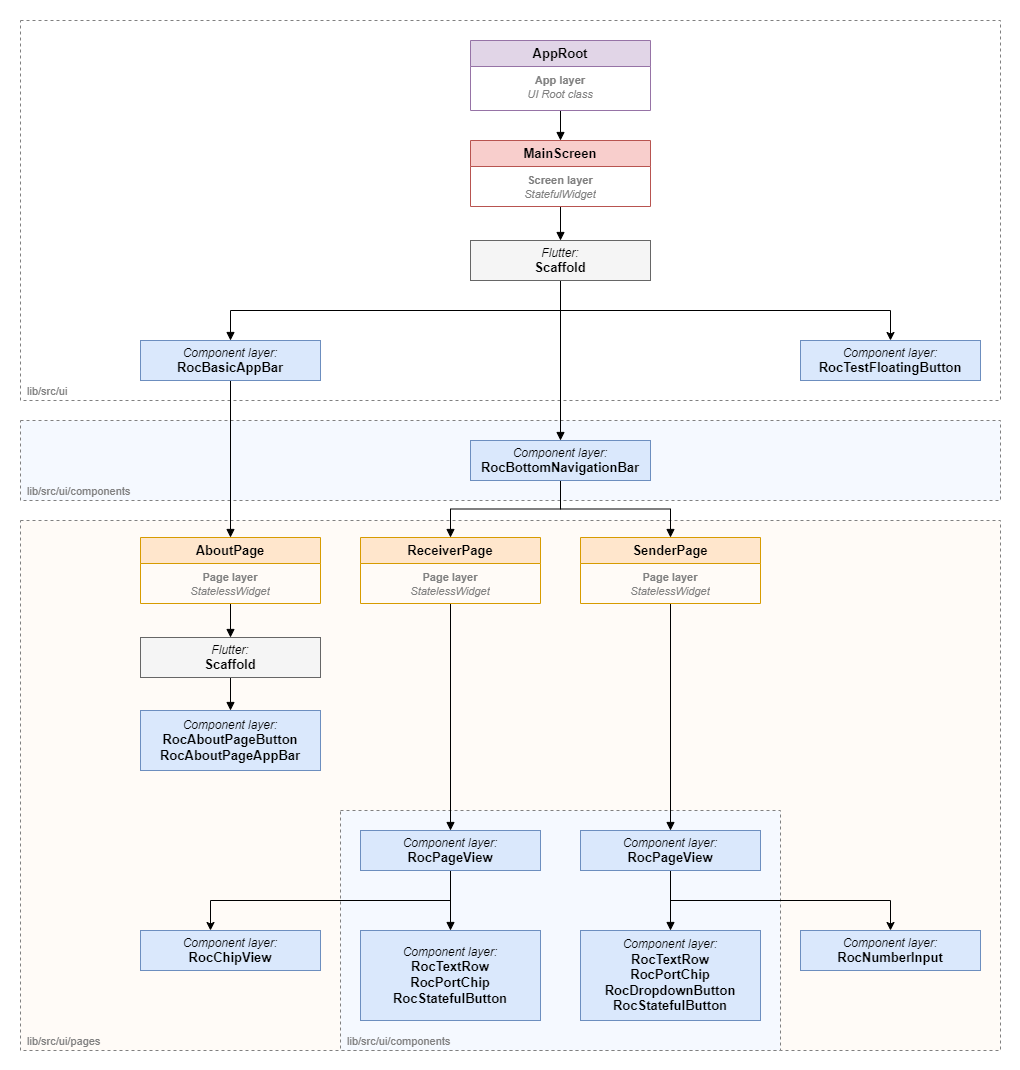
Earlier version of the draw.io export docs/images/widget_tree.png (roc-streaming/roc-droid). Source tidied: cells renumbered, new cells last; positions are measured from the earlier drawing's top-left corner, leaving out a move shared by most shapes.
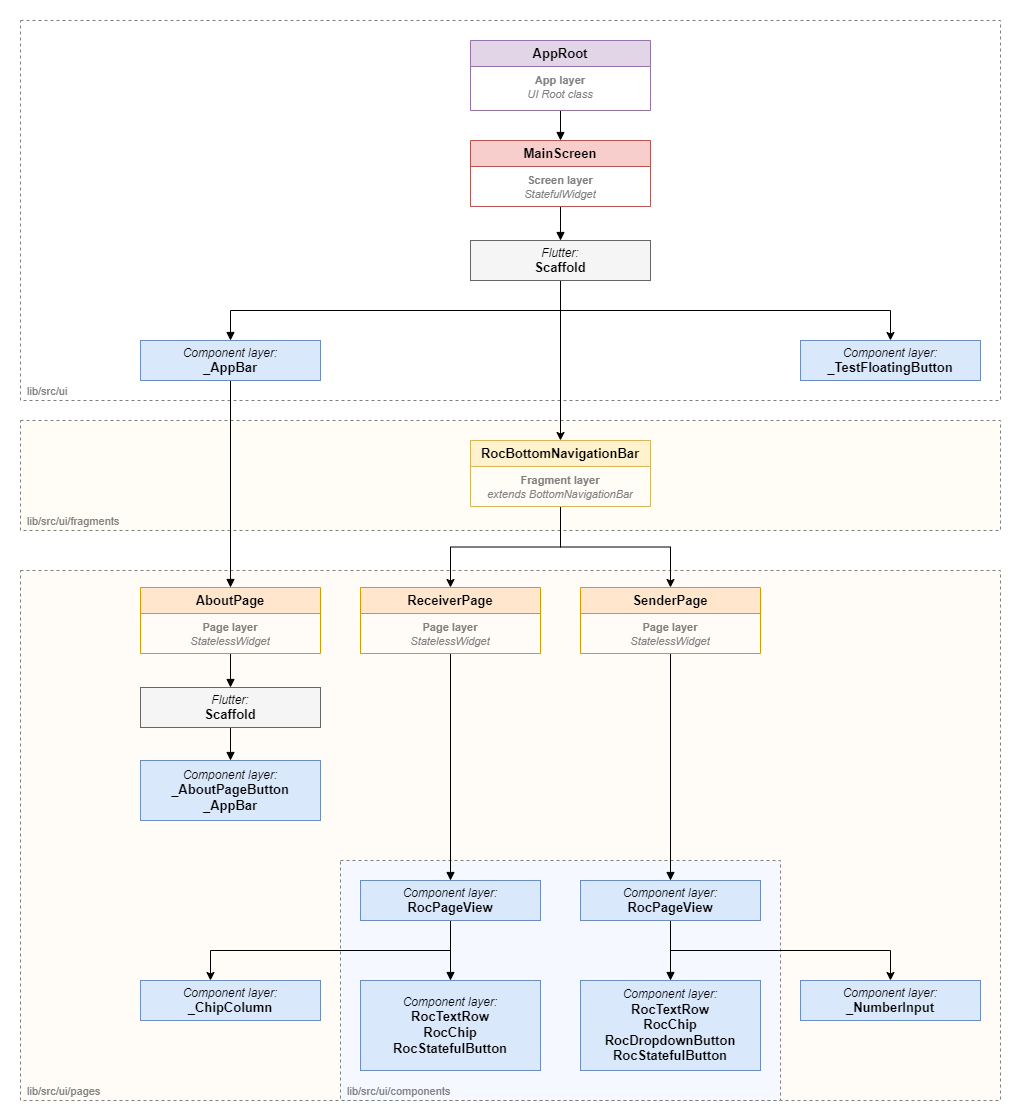
After the commit.

Change to the diagram source:
```diff
@@ -3,7 +3,7 @@
     <mxCell id="0" />
     <mxCell id="1" parent="0" />
     <mxCell id="2" style="rounded=0;whiteSpace=wrap;html=1;fontFamily=Helvetica;fontSize=11;fontColor=default;labelBackgroundColor=default;strokeColor=none;fillColor=default;" parent="1" vertex="1">
-      <mxGeometry width="1020" height="1070" as="geometry" />
+      <mxGeometry y="-50" width="1020" height="1120" as="geometry" />
     </mxCell>
     <mxCell id="3" value="lib/src/ui/pages" style="html=1;whiteSpace=wrap;fontFamily=Helvetica;fontSize=11;fontColor=#808080;labelBackgroundColor=none;fillColor=#FFFBF7;dashed=1;strokeWidth=1;strokeColor=#808080;align=left;verticalAlign=bottom;spacingLeft=5;" parent="1" vertex="1">
       <mxGeometry x="20" y="520" width="980" height="530" as="geometry" />
@@ -11,61 +11,52 @@
     <mxCell id="4" value="lib/src/ui/components" style="html=1;whiteSpace=wrap;fontFamily=Helvetica;fontSize=11;fontColor=#808080;labelBackgroundColor=none;fillColor=#F5F9FF;dashed=1;strokeWidth=1;strokeColor=#808080;align=left;verticalAlign=bottom;spacingLeft=5;" parent="1" vertex="1">
       <mxGeometry x="340" y="810" width="440" height="240" as="geometry" />
     </mxCell>
-    <mxCell id="5" value="lib/src/ui/components" style="html=1;whiteSpace=wrap;fontFamily=Helvetica;fontSize=11;fontColor=#808080;labelBackgroundColor=none;fillColor=#F5F9FF;dashed=1;strokeWidth=1;strokeColor=#808080;align=left;verticalAlign=bottom;spacingLeft=5;" parent="1" vertex="1">
-      <mxGeometry x="20" y="420" width="980" height="80" as="geometry" />
+    <mxCell id="5" value="lib/src/ui/fragments" style="html=1;whiteSpace=wrap;fontFamily=Helvetica;fontSize=11;fontColor=#808080;labelBackgroundColor=none;fillColor=#FFFDF5;dashed=1;strokeWidth=1;strokeColor=#808080;align=left;verticalAlign=bottom;spacingLeft=5;" parent="1" vertex="1">
+      <mxGeometry x="20" y="370" width="980" height="110" as="geometry" />
     </mxCell>
     <mxCell id="6" value="lib/src/ui" style="html=1;whiteSpace=wrap;fontFamily=Helvetica;fontSize=11;fontColor=#808080;labelBackgroundColor=none;fillColor=none;dashed=1;strokeWidth=1;strokeColor=#808080;align=left;verticalAlign=bottom;spacingLeft=5;" parent="1" vertex="1">
-      <mxGeometry x="20" y="20" width="980" height="380" as="geometry" />
+      <mxGeometry x="20" y="-30" width="980" height="380" as="geometry" />
     </mxCell>
     <mxCell id="7" style="edgeStyle=orthogonalEdgeStyle;shape=connector;rounded=0;jettySize=auto;html=1;strokeColor=default;align=center;verticalAlign=middle;fontFamily=Helvetica;fontSize=11;fontColor=default;labelBackgroundColor=default;endArrow=block;endFill=1;" parent="1" edge="1" source="8" target="13">
       <mxGeometry relative="1" as="geometry" />
     </mxCell>
     <mxCell id="8" value="&lt;b&gt;&lt;font style=&quot;font-size: 13px;&quot;&gt;MainScreen&lt;/font&gt;&lt;/b&gt;" style="swimlane;fontStyle=0;horizontal=1;startSize=26;fillColor=#f8cecc;whiteSpace=wrap;html=1;strokeColor=#b85450;" parent="1" vertex="1">
-      <mxGeometry x="470" y="140" width="180" height="66" as="geometry" />
+      <mxGeometry x="470" y="90" width="180" height="66" as="geometry" />
     </mxCell>
     <mxCell id="9" value="&lt;div&gt;&lt;font color=&quot;#808080&quot;&gt;&lt;span style=&quot;font-size: 11px;&quot;&gt;&lt;b&gt;Screen layer&lt;/b&gt;&lt;/span&gt;&lt;/font&gt;&lt;/div&gt;&lt;i style=&quot;color: rgb(51, 51, 51);&quot;&gt;&lt;font style=&quot;font-size: 11px;&quot; color=&quot;#808080&quot;&gt;StatefulWidget&lt;/font&gt;&lt;/i&gt;" style="text;strokeColor=none;fillColor=none;align=center;verticalAlign=top;spacingLeft=4;spacingRight=4;overflow=hidden;whiteSpace=wrap;html=1;" parent="8" vertex="1">
       <mxGeometry y="26" width="180" height="40" as="geometry" />
     </mxCell>
-    <mxCell id="10" style="edgeStyle=orthogonalEdgeStyle;shape=connector;rounded=0;jettySize=auto;html=1;strokeColor=default;align=center;verticalAlign=middle;fontFamily=Helvetica;fontSize=11;fontColor=default;labelBackgroundColor=default;endArrow=block;endFill=1;" parent="1" edge="1" source="13" target="19">
-      <mxGeometry relative="1" as="geometry" />
-    </mxCell>
     <mxCell id="11" style="edgeStyle=orthogonalEdgeStyle;shape=connector;rounded=0;jettySize=auto;html=1;strokeColor=default;align=center;verticalAlign=middle;fontFamily=Helvetica;fontSize=11;fontColor=default;labelBackgroundColor=default;endArrow=block;endFill=1;" parent="1" edge="1" source="13" target="30">
       <mxGeometry relative="1" as="geometry">
         <Array as="points">
-          <mxPoint x="560" y="310" />
-          <mxPoint x="230" y="310" />
+          <mxPoint x="560" y="260" />
+          <mxPoint x="230" y="260" />
         </Array>
       </mxGeometry>
     </mxCell>
     <mxCell id="12" style="edgeStyle=orthogonalEdgeStyle;rounded=0;jettySize=auto;html=1;" parent="1" edge="1" source="13" target="42">
       <mxGeometry relative="1" as="geometry">
         <Array as="points">
-          <mxPoint x="560" y="310" />
-          <mxPoint x="890" y="310" />
+          <mxPoint x="560" y="260" />
+          <mxPoint x="890" y="260" />
         </Array>
       </mxGeometry>
     </mxCell>
+    <mxCell id="45" style="edgeStyle=orthogonalEdgeStyle;rounded=0;jettySize=auto;html=1;" parent="1" edge="1" source="13" target="48">
+      <mxGeometry relative="1" as="geometry" />
+    </mxCell>
     <mxCell id="13" value="&lt;font color=&quot;#000000&quot; style=&quot;font-size: 12px;&quot;&gt;&lt;i&gt;Flutter:&lt;/i&gt;&lt;/font&gt;&lt;div&gt;&lt;font color=&quot;#000000&quot; style=&quot;font-size: 13px;&quot;&gt;&lt;b&gt;Scaffold&lt;/b&gt;&lt;/font&gt;&lt;/div&gt;" style="whiteSpace=wrap;html=1;align=center;fillColor=#f5f5f5;fontColor=#333333;strokeColor=#666666;" parent="1" vertex="1">
-      <mxGeometry x="470" y="240" width="180" height="40" as="geometry" />
+      <mxGeometry x="470" y="190" width="180" height="40" as="geometry" />
     </mxCell>
     <mxCell id="14" style="edgeStyle=orthogonalEdgeStyle;shape=connector;rounded=0;jettySize=auto;html=1;strokeColor=default;align=center;verticalAlign=middle;fontFamily=Helvetica;fontSize=11;fontColor=default;labelBackgroundColor=default;endArrow=block;endFill=1;" parent="1" edge="1" source="15" target="8">
       <mxGeometry relative="1" as="geometry" />
     </mxCell>
     <mxCell id="15" value="&lt;b&gt;&lt;font style=&quot;font-size: 13px;&quot;&gt;AppRoot&lt;/font&gt;&lt;/b&gt;" style="swimlane;fontStyle=0;horizontal=1;startSize=26;fillColor=#e1d5e7;whiteSpace=wrap;html=1;strokeColor=#9673a6;" parent="1" vertex="1">
-      <mxGeometry x="470" y="40" width="180" height="70" as="geometry" />
+      <mxGeometry x="470" y="-10" width="180" height="70" as="geometry" />
     </mxCell>
     <mxCell id="16" value="&lt;div&gt;&lt;span style=&quot;color: rgb(51, 51, 51);&quot;&gt;&lt;font style=&quot;font-size: 11px;&quot; color=&quot;#808080&quot;&gt;&lt;b style=&quot;&quot;&gt;App layer&lt;/b&gt;&lt;/font&gt;&lt;/span&gt;&lt;/div&gt;&lt;i style=&quot;color: rgb(51, 51, 51);&quot;&gt;&lt;font style=&quot;font-size: 11px;&quot; color=&quot;#808080&quot;&gt;UI Root class&lt;/font&gt;&lt;/i&gt;" style="text;strokeColor=none;fillColor=none;align=center;verticalAlign=top;spacingLeft=4;spacingRight=4;overflow=hidden;whiteSpace=wrap;html=1;" parent="15" vertex="1">
       <mxGeometry y="26" width="180" height="44" as="geometry" />
     </mxCell>
-    <mxCell id="17" style="edgeStyle=orthogonalEdgeStyle;shape=connector;rounded=0;jettySize=auto;html=1;strokeColor=default;align=center;verticalAlign=middle;fontFamily=Helvetica;fontSize=11;fontColor=default;labelBackgroundColor=default;endArrow=block;endFill=1;" parent="1" edge="1" source="19" target="24">
-      <mxGeometry relative="1" as="geometry" />
-    </mxCell>
-    <mxCell id="18" style="edgeStyle=orthogonalEdgeStyle;shape=connector;rounded=0;jettySize=auto;html=1;strokeColor=default;align=center;verticalAlign=middle;fontFamily=Helvetica;fontSize=11;fontColor=default;labelBackgroundColor=default;endArrow=block;endFill=1;" parent="1" edge="1" source="19" target="21">
-      <mxGeometry relative="1" as="geometry" />
-    </mxCell>
-    <mxCell id="19" value="&lt;font color=&quot;#000000&quot; style=&quot;font-size: 12px;&quot;&gt;&lt;i&gt;Component layer:&lt;/i&gt;&lt;/font&gt;&lt;div&gt;&lt;font color=&quot;#000000&quot;&gt;&lt;span style=&quot;font-size: 13px;&quot;&gt;&lt;b&gt;RocBottomNavigationBar&lt;/b&gt;&lt;/span&gt;&lt;/font&gt;&lt;/div&gt;" style="whiteSpace=wrap;html=1;align=center;fillColor=#dae8fc;strokeColor=#6c8ebf;" parent="1" vertex="1">
-      <mxGeometry x="470" y="440" width="180" height="40" as="geometry" />
-    </mxCell>
     <mxCell id="20" style="edgeStyle=orthogonalEdgeStyle;shape=connector;rounded=0;jettySize=auto;html=1;strokeColor=default;align=center;verticalAlign=middle;fontFamily=Helvetica;fontSize=11;fontColor=default;labelBackgroundColor=default;endArrow=block;endFill=1;" parent="1" edge="1" source="21" target="33">
       <mxGeometry relative="1" as="geometry" />
     </mxCell>
@@ -96,8 +87,8 @@
     <mxCell id="29" style="edgeStyle=orthogonalEdgeStyle;shape=connector;rounded=0;jettySize=auto;html=1;strokeColor=default;align=center;verticalAlign=middle;fontFamily=Helvetica;fontSize=11;fontColor=default;labelBackgroundColor=default;endArrow=block;endFill=1;" parent="1" edge="1" source="30" target="27">
       <mxGeometry relative="1" as="geometry" />
     </mxCell>
-    <mxCell id="30" value="&lt;font color=&quot;#000000&quot; style=&quot;font-size: 12px;&quot;&gt;&lt;i&gt;Component layer:&lt;/i&gt;&lt;/font&gt;&lt;div&gt;&lt;font color=&quot;#000000&quot;&gt;&lt;span style=&quot;font-size: 13px;&quot;&gt;&lt;b&gt;RocBasicAppBar&lt;/b&gt;&lt;/span&gt;&lt;/font&gt;&lt;/div&gt;" style="whiteSpace=wrap;html=1;align=center;fillColor=#dae8fc;strokeColor=#6c8ebf;" parent="1" vertex="1">
-      <mxGeometry x="140" y="340" width="180" height="40" as="geometry" />
+    <mxCell id="30" value="&lt;font color=&quot;#000000&quot; style=&quot;font-size: 12px;&quot;&gt;&lt;i&gt;Component layer:&lt;/i&gt;&lt;/font&gt;&lt;div&gt;&lt;font color=&quot;#000000&quot;&gt;&lt;span style=&quot;font-size: 13px;&quot;&gt;&lt;b&gt;_AppBar&lt;/b&gt;&lt;/span&gt;&lt;/font&gt;&lt;/div&gt;" style="whiteSpace=wrap;html=1;align=center;fillColor=#dae8fc;strokeColor=#6c8ebf;" parent="1" vertex="1">
+      <mxGeometry x="140" y="290" width="180" height="40" as="geometry" />
     </mxCell>
     <mxCell id="31" style="edgeStyle=orthogonalEdgeStyle;shape=connector;rounded=0;jettySize=auto;html=1;strokeColor=default;align=center;verticalAlign=middle;fontFamily=Helvetica;fontSize=11;fontColor=default;labelBackgroundColor=default;endArrow=block;endFill=1;" parent="1" edge="1" source="33" target="37">
       <mxGeometry relative="1" as="geometry" />
@@ -127,13 +118,13 @@
     <mxCell id="36" value="&lt;font color=&quot;#000000&quot; style=&quot;font-size: 12px;&quot;&gt;&lt;i&gt;Component layer:&lt;/i&gt;&lt;/font&gt;&lt;div&gt;&lt;font color=&quot;#000000&quot;&gt;&lt;span style=&quot;font-size: 13px;&quot;&gt;&lt;b&gt;RocPageView&lt;/b&gt;&lt;/span&gt;&lt;/font&gt;&lt;/div&gt;" style="whiteSpace=wrap;html=1;align=center;fillColor=#dae8fc;strokeColor=#6c8ebf;" parent="1" vertex="1">
       <mxGeometry x="580" y="830" width="180" height="40" as="geometry" />
     </mxCell>
-    <mxCell id="37" value="&lt;font color=&quot;#000000&quot; style=&quot;font-size: 12px;&quot;&gt;&lt;i&gt;Component layer:&lt;/i&gt;&lt;/font&gt;&lt;div&gt;&lt;b&gt;&lt;font style=&quot;font-size: 13px;&quot;&gt;RocTextRow&lt;/font&gt;&lt;/b&gt;&lt;/div&gt;&lt;div&gt;&lt;span style=&quot;font-size: 13px;&quot;&gt;&lt;b&gt;RocPortChip&lt;br&gt;&lt;/b&gt;&lt;/span&gt;&lt;div&gt;&lt;font color=&quot;#000000&quot;&gt;&lt;span style=&quot;font-size: 13px;&quot;&gt;&lt;b&gt;RocStatefulButton&lt;/b&gt;&lt;/span&gt;&lt;/font&gt;&lt;/div&gt;&lt;/div&gt;" style="whiteSpace=wrap;html=1;align=center;fillColor=#dae8fc;strokeColor=#6c8ebf;" parent="1" vertex="1">
+    <mxCell id="37" value="&lt;font color=&quot;#000000&quot; style=&quot;font-size: 12px;&quot;&gt;&lt;i&gt;Component layer:&lt;/i&gt;&lt;/font&gt;&lt;div&gt;&lt;b&gt;&lt;font style=&quot;font-size: 13px;&quot;&gt;RocTextRow&lt;/font&gt;&lt;/b&gt;&lt;/div&gt;&lt;div&gt;&lt;span style=&quot;font-size: 13px;&quot;&gt;&lt;b&gt;RocChip&lt;br&gt;&lt;/b&gt;&lt;/span&gt;&lt;div&gt;&lt;font color=&quot;#000000&quot;&gt;&lt;span style=&quot;font-size: 13px;&quot;&gt;&lt;b&gt;RocStatefulButton&lt;/b&gt;&lt;/span&gt;&lt;/font&gt;&lt;/div&gt;&lt;/div&gt;" style="whiteSpace=wrap;html=1;align=center;fillColor=#dae8fc;strokeColor=#6c8ebf;" parent="1" vertex="1">
       <mxGeometry x="360" y="930" width="180" height="90" as="geometry" />
     </mxCell>
-    <mxCell id="38" value="&lt;font color=&quot;#000000&quot;&gt;&lt;i&gt;Component layer:&lt;/i&gt;&lt;/font&gt;&lt;div&gt;&lt;b&gt;&lt;font style=&quot;font-size: 13px;&quot;&gt;RocTextRow&lt;/font&gt;&lt;/b&gt;&lt;/div&gt;&lt;div&gt;&lt;span style=&quot;font-size: 13px;&quot;&gt;&lt;b&gt;RocPortChip&lt;/b&gt;&lt;/span&gt;&lt;/div&gt;&lt;div&gt;&lt;span style=&quot;font-size: 13px;&quot;&gt;&lt;b&gt;RocDropdownButton&lt;br&gt;&lt;/b&gt;&lt;/span&gt;&lt;div&gt;&lt;font color=&quot;#000000&quot;&gt;&lt;span style=&quot;font-size: 13px;&quot;&gt;&lt;b&gt;RocStatefulButton&lt;/b&gt;&lt;/span&gt;&lt;/font&gt;&lt;/div&gt;&lt;/div&gt;" style="whiteSpace=wrap;html=1;align=center;fillColor=#dae8fc;strokeColor=#6c8ebf;" parent="1" vertex="1">
+    <mxCell id="38" value="&lt;font color=&quot;#000000&quot;&gt;&lt;i&gt;Component layer:&lt;/i&gt;&lt;/font&gt;&lt;div&gt;&lt;b&gt;&lt;font style=&quot;font-size: 13px;&quot;&gt;RocTextRow&lt;/font&gt;&lt;/b&gt;&lt;/div&gt;&lt;div&gt;&lt;span style=&quot;font-size: 13px;&quot;&gt;&lt;b&gt;RocChip&lt;/b&gt;&lt;/span&gt;&lt;/div&gt;&lt;div&gt;&lt;span style=&quot;font-size: 13px;&quot;&gt;&lt;b&gt;RocDropdownButton&lt;br&gt;&lt;/b&gt;&lt;/span&gt;&lt;div&gt;&lt;font color=&quot;#000000&quot;&gt;&lt;span style=&quot;font-size: 13px;&quot;&gt;&lt;b&gt;RocStatefulButton&lt;/b&gt;&lt;/span&gt;&lt;/font&gt;&lt;/div&gt;&lt;/div&gt;" style="whiteSpace=wrap;html=1;align=center;fillColor=#dae8fc;strokeColor=#6c8ebf;" parent="1" vertex="1">
       <mxGeometry x="580" y="930" width="180" height="90" as="geometry" />
     </mxCell>
-    <mxCell id="39" value="&lt;font color=&quot;#000000&quot; style=&quot;font-size: 12px;&quot;&gt;&lt;i&gt;Component layer:&lt;/i&gt;&lt;/font&gt;&lt;div&gt;&lt;font color=&quot;#000000&quot;&gt;&lt;span style=&quot;font-size: 13px;&quot;&gt;&lt;b&gt;RocAboutPageButton&lt;/b&gt;&lt;/span&gt;&lt;/font&gt;&lt;/div&gt;&lt;div&gt;&lt;font color=&quot;#000000&quot;&gt;&lt;span style=&quot;font-size: 13px;&quot;&gt;&lt;b&gt;RocAboutPageAppBar&lt;/b&gt;&lt;/span&gt;&lt;/font&gt;&lt;/div&gt;" style="whiteSpace=wrap;html=1;align=center;fillColor=#dae8fc;strokeColor=#6c8ebf;" parent="1" vertex="1">
+    <mxCell id="39" value="&lt;font color=&quot;#000000&quot; style=&quot;font-size: 12px;&quot;&gt;&lt;i&gt;Component layer:&lt;/i&gt;&lt;/font&gt;&lt;div&gt;&lt;font color=&quot;#000000&quot;&gt;&lt;span style=&quot;font-size: 13px;&quot;&gt;&lt;b&gt;_AboutPageButton&lt;/b&gt;&lt;/span&gt;&lt;/font&gt;&lt;/div&gt;&lt;div&gt;&lt;font color=&quot;#000000&quot;&gt;&lt;span style=&quot;font-size: 13px;&quot;&gt;&lt;b&gt;_AppBar&lt;/b&gt;&lt;/span&gt;&lt;/font&gt;&lt;/div&gt;" style="whiteSpace=wrap;html=1;align=center;fillColor=#dae8fc;strokeColor=#6c8ebf;" parent="1" vertex="1">
       <mxGeometry x="140" y="710" width="180" height="60" as="geometry" />
     </mxCell>
     <mxCell id="40" style="edgeStyle=orthogonalEdgeStyle;shape=connector;rounded=0;jettySize=auto;html=1;strokeColor=default;align=center;verticalAlign=middle;fontFamily=Helvetica;fontSize=11;fontColor=default;labelBackgroundColor=default;endArrow=block;endFill=1;" parent="1" edge="1" source="41" target="39">
@@ -142,14 +133,26 @@
     <mxCell id="41" value="&lt;font color=&quot;#000000&quot; style=&quot;font-size: 12px;&quot;&gt;&lt;i&gt;Flutter:&lt;/i&gt;&lt;/font&gt;&lt;div&gt;&lt;font color=&quot;#000000&quot; style=&quot;font-size: 13px;&quot;&gt;&lt;b&gt;Scaffold&lt;/b&gt;&lt;/font&gt;&lt;/div&gt;" style="whiteSpace=wrap;html=1;align=center;fillColor=#f5f5f5;fontColor=#333333;strokeColor=#666666;" parent="1" vertex="1">
       <mxGeometry x="140" y="637" width="180" height="40" as="geometry" />
     </mxCell>
-    <mxCell id="42" value="&lt;font color=&quot;#000000&quot; style=&quot;font-size: 12px;&quot;&gt;&lt;i&gt;Component layer:&lt;/i&gt;&lt;/font&gt;&lt;div&gt;&lt;font color=&quot;#000000&quot;&gt;&lt;span style=&quot;font-size: 13px;&quot;&gt;&lt;b&gt;RocTestFloatingButton&lt;/b&gt;&lt;/span&gt;&lt;/font&gt;&lt;/div&gt;" style="whiteSpace=wrap;html=1;align=center;fillColor=#dae8fc;strokeColor=#6c8ebf;" parent="1" vertex="1">
-      <mxGeometry x="800" y="340" width="180" height="40" as="geometry" />
+    <mxCell id="42" value="&lt;font color=&quot;#000000&quot; style=&quot;font-size: 12px;&quot;&gt;&lt;i&gt;Component layer:&lt;/i&gt;&lt;/font&gt;&lt;div&gt;&lt;font color=&quot;#000000&quot;&gt;&lt;span style=&quot;font-size: 13px;&quot;&gt;&lt;b&gt;_TestFloatingButton&lt;/b&gt;&lt;/span&gt;&lt;/font&gt;&lt;/div&gt;" style="whiteSpace=wrap;html=1;align=center;fillColor=#dae8fc;strokeColor=#6c8ebf;" parent="1" vertex="1">
+      <mxGeometry x="800" y="290" width="180" height="40" as="geometry" />
     </mxCell>
-    <mxCell id="43" value="&lt;font color=&quot;#000000&quot; style=&quot;font-size: 12px;&quot;&gt;&lt;i&gt;Component layer:&lt;/i&gt;&lt;/font&gt;&lt;div&gt;&lt;b&gt;&lt;font style=&quot;font-size: 13px;&quot;&gt;RocChipView&lt;/font&gt;&lt;/b&gt;&lt;/div&gt;" style="whiteSpace=wrap;html=1;align=center;fillColor=#dae8fc;strokeColor=#6c8ebf;" parent="1" vertex="1">
+    <mxCell id="43" value="&lt;font color=&quot;#000000&quot; style=&quot;font-size: 12px;&quot;&gt;&lt;i&gt;Component layer:&lt;/i&gt;&lt;/font&gt;&lt;div&gt;&lt;b&gt;&lt;font style=&quot;font-size: 13px;&quot;&gt;_ChipColumn&lt;/font&gt;&lt;/b&gt;&lt;/div&gt;" style="whiteSpace=wrap;html=1;align=center;fillColor=#dae8fc;strokeColor=#6c8ebf;" parent="1" vertex="1">
       <mxGeometry x="140" y="930" width="180" height="40" as="geometry" />
     </mxCell>
-    <mxCell id="44" value="&lt;font color=&quot;#000000&quot; style=&quot;font-size: 12px;&quot;&gt;&lt;i&gt;Component layer:&lt;/i&gt;&lt;/font&gt;&lt;div&gt;&lt;b&gt;&lt;font style=&quot;font-size: 13px;&quot;&gt;RocNumberInput&lt;/font&gt;&lt;/b&gt;&lt;/div&gt;" style="whiteSpace=wrap;html=1;align=center;fillColor=#dae8fc;strokeColor=#6c8ebf;" parent="1" vertex="1">
+    <mxCell id="44" value="&lt;font color=&quot;#000000&quot; style=&quot;font-size: 12px;&quot;&gt;&lt;i&gt;Component layer:&lt;/i&gt;&lt;/font&gt;&lt;div&gt;&lt;b&gt;&lt;font style=&quot;font-size: 13px;&quot;&gt;_NumberInput&lt;/font&gt;&lt;/b&gt;&lt;/div&gt;" style="whiteSpace=wrap;html=1;align=center;fillColor=#dae8fc;strokeColor=#6c8ebf;" parent="1" vertex="1">
       <mxGeometry x="800" y="930" width="180" height="40" as="geometry" />
     </mxCell>
+    <mxCell id="46" style="edgeStyle=orthogonalEdgeStyle;rounded=0;jettySize=auto;html=1;" parent="1" edge="1" source="48" target="21">
+      <mxGeometry relative="1" as="geometry" />
+    </mxCell>
+    <mxCell id="47" style="edgeStyle=orthogonalEdgeStyle;rounded=0;jettySize=auto;html=1;" parent="1" edge="1" source="48" target="24">
+      <mxGeometry relative="1" as="geometry" />
+    </mxCell>
+    <mxCell id="48" value="&lt;b style=&quot;font-size: 13px;&quot;&gt;RocBottomNavigationBar&lt;/b&gt;" style="swimlane;fontStyle=0;horizontal=1;startSize=26;fillColor=#fff2cc;whiteSpace=wrap;html=1;strokeColor=#d6b656;" parent="1" vertex="1">
+      <mxGeometry x="470" y="390" width="180" height="66" as="geometry" />
+    </mxCell>
+    <mxCell id="49" value="&lt;div&gt;&lt;font color=&quot;#808080&quot;&gt;&lt;span style=&quot;font-size: 11px;&quot;&gt;&lt;b&gt;Fragment l&lt;/b&gt;&lt;/span&gt;&lt;/font&gt;&lt;b style=&quot;background-color: initial; color: rgb(128, 128, 128); font-size: 11px;&quot;&gt;ayer&lt;/b&gt;&lt;/div&gt;&lt;i style=&quot;color: rgb(51, 51, 51);&quot;&gt;&lt;font style=&quot;font-size: 11px;&quot; color=&quot;#808080&quot;&gt;extends BottomNavigationBar&lt;/font&gt;&lt;/i&gt;" style="text;strokeColor=none;fillColor=none;align=center;verticalAlign=top;spacingLeft=4;spacingRight=4;overflow=hidden;whiteSpace=wrap;html=1;" parent="48" vertex="1">
+      <mxGeometry y="26" width="180" height="40" as="geometry" />
+    </mxCell>
   </root>
 </mxGraphModel>
```
